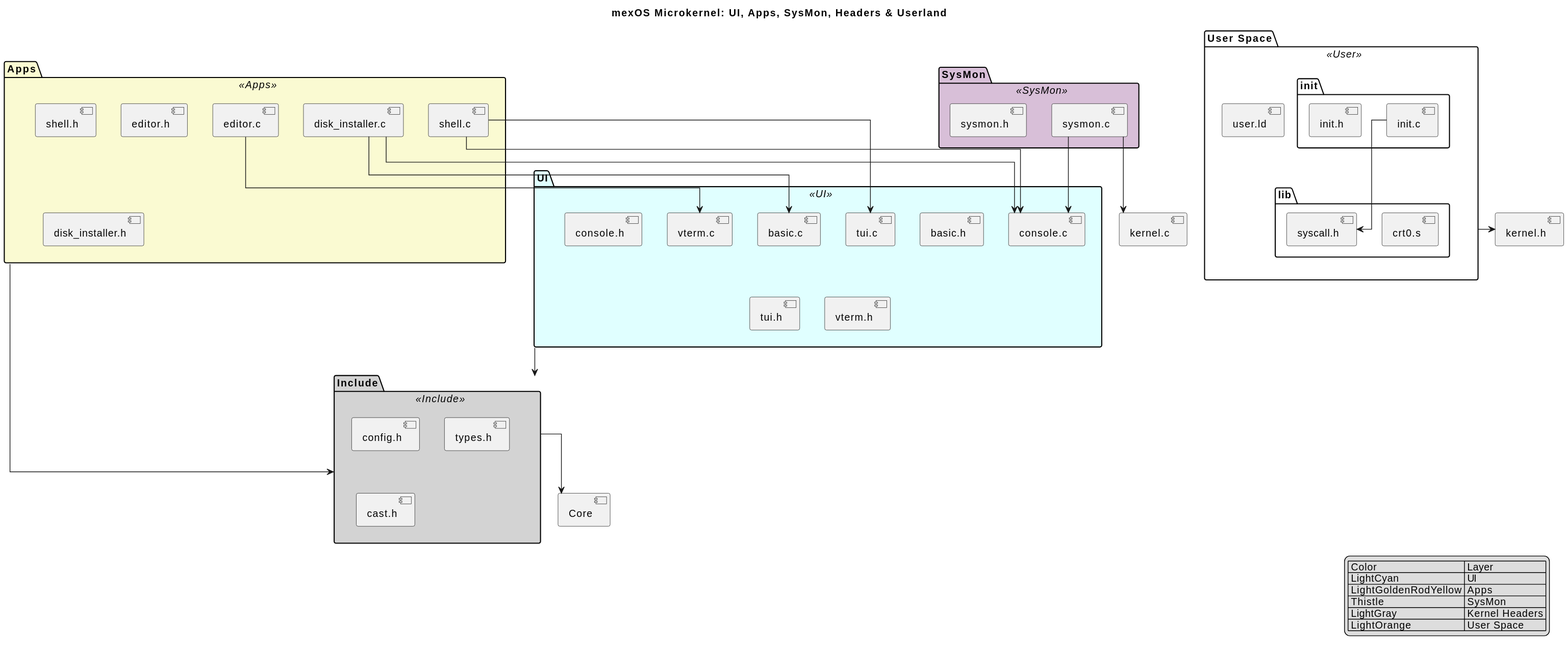
Above: docs/UML/UI_Apps_SysMon_User.svg in mendax0110/mexOS (PlantUML), before the change. Its diagram source:
```plantuml
@startuml
title mexOS Microkernel: UI, Apps, SysMon, Headers & Userland

skinparam linetype ortho
skinparam package {
    BackgroundColor<<UI>> LightCyan
    BackgroundColor<<Apps>> LightGoldenRodYellow
    BackgroundColor<<SysMon>> Thistle
    BackgroundColor<<Include>> LightGray
    BackgroundColor<<User>> LightOrange
    BorderColor Black
    Shadowing false
}

package "UI" <<UI>> {
    [basic.c]
    [basic.h]
    [console.c]
    [console.h]
    [tui.c]
    [tui.h]
    [vterm.c]
    [vterm.h]
}

package "Apps" <<Apps>> {
    [shell.c]
    [shell.h]
    [editor.c]
    [editor.h]
    [disk_installer.c]
    [disk_installer.h]
}

package "SysMon" <<SysMon>> {
    [sysmon.c]
    [sysmon.h]
}

package "Include" <<Include>> {
    [config.h]
    [types.h]
    [cast.h]
}

package "User Space" <<User>> {
    package "init" {
        [init.c]
        [init.h]
    }

    package "lib" {
        [crt0.s]
        [syscall.h]
    }

    [user.ld]
}

[shell.c] --> [console.c]
[shell.c] --> [tui.c]
[editor.c] --> [vterm.c]
[disk_installer.c] --> [basic.c]
[disk_installer.c] --> [console.c]

[sysmon.c] --> [console.c]
[sysmon.c] --> [kernel.c]

[init.c] --> [syscall.h]
[User Space] --> [kernel.h]
[Include] --> [Core]
[UI] --> [Include]
[Apps] --> [Include]

legend right
| Color | Layer |
| LightCyan | UI |
| LightGoldenRodYellow | Apps |
| Thistle | SysMon |
| LightGray | Kernel Headers |
| LightOrange | User Space |
endlegend
@enduml
```
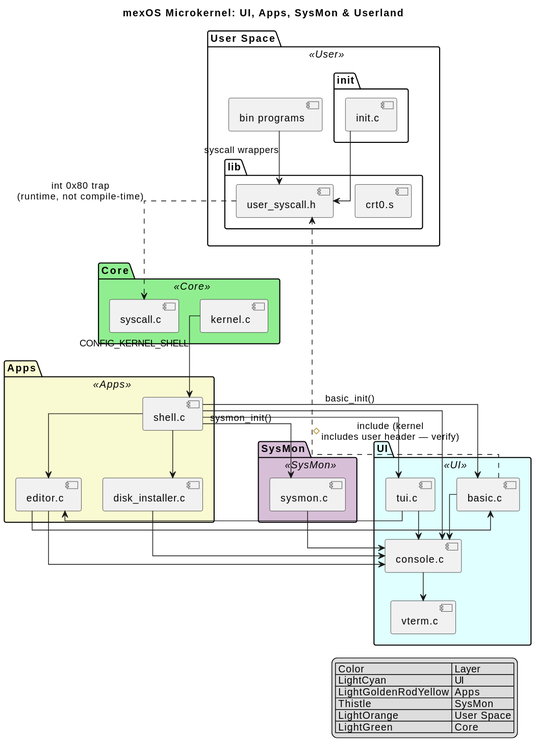
The same diagram one commit later.

Diff of the diagram source:
```diff
@@ -1,83 +1,85 @@
 @startuml
-title mexOS Microkernel: UI, Apps, SysMon, Headers & Userland
+title mexOS Microkernel: UI, Apps, SysMon & Userland
 
 skinparam linetype ortho
+skinparam nodesep 30
+skinparam ranksep 40
 skinparam package {
+    BackgroundColor<<Core>> LightGreen
     BackgroundColor<<UI>> LightCyan
     BackgroundColor<<Apps>> LightGoldenRodYellow
     BackgroundColor<<SysMon>> Thistle
-    BackgroundColor<<Include>> LightGray
     BackgroundColor<<User>> LightOrange
     BorderColor Black
     Shadowing false
 }
 
+package "Core" <<Core>> {
+    [kernel.c]
+    [syscall.c]
+}
+
 package "UI" <<UI>> {
+    [console.c]
+    [vterm.c]
     [basic.c]
-    [basic.h]
-    [console.c]
-    [console.h]
     [tui.c]
-    [tui.h]
-    [vterm.c]
-    [vterm.h]
 }
 
 package "Apps" <<Apps>> {
     [shell.c]
-    [shell.h]
     [editor.c]
-    [editor.h]
     [disk_installer.c]
-    [disk_installer.h]
 }
 
 package "SysMon" <<SysMon>> {
     [sysmon.c]
-    [sysmon.h]
-}
-
-package "Include" <<Include>> {
-    [config.h]
-    [types.h]
-    [cast.h]
 }
 
 package "User Space" <<User>> {
     package "init" {
         [init.c]
-        [init.h]
     }
-
     package "lib" {
         [crt0.s]
-        [syscall.h]
+        [user_syscall.h] as usc
     }
+    [bin programs] as bins
+}
 
-    [user.ld]
-}
+[kernel.c] --> [shell.c] : CONFIG_KERNEL_SHELL
+[console.c] --> [vterm.c]
 
 [shell.c] --> [console.c]
 [shell.c] --> [tui.c]
-[editor.c] --> [vterm.c]
-[disk_installer.c] --> [basic.c]
+[shell.c] --> [disk_installer.c]
+[shell.c] --> [editor.c]
+[shell.c] --> [sysmon.c] : sysmon_init()
+[shell.c] --> [basic.c] : basic_init()
+
+[tui.c] --> [console.c]
+[tui.c] --> [editor.c]
+
+[editor.c] --> [console.c]
+[editor.c] --> [basic.c]
+
 [disk_installer.c] --> [console.c]
 
 [sysmon.c] --> [console.c]
-[sysmon.c] --> [kernel.c]
 
-[init.c] --> [syscall.h]
-[User Space] --> [kernel.h]
-[Include] --> [Core]
-[UI] --> [Include]
-[Apps] --> [Include]
+[basic.c] --> [console.c]
+[basic.c] ..> usc : #include (kernel\nincludes user header — verify)
+
+bins --> usc : syscall wrappers
+[init.c] --> usc
+usc ..> [syscall.c] : int 0x80 trap\n(runtime, not compile-time)
 
 legend right
 | Color | Layer |
 | LightCyan | UI |
 | LightGoldenRodYellow | Apps |
 | Thistle | SysMon |
-| LightGray | Kernel Headers |
 | LightOrange | User Space |
+| LightGreen | Core |
 endlegend
 @enduml
```
